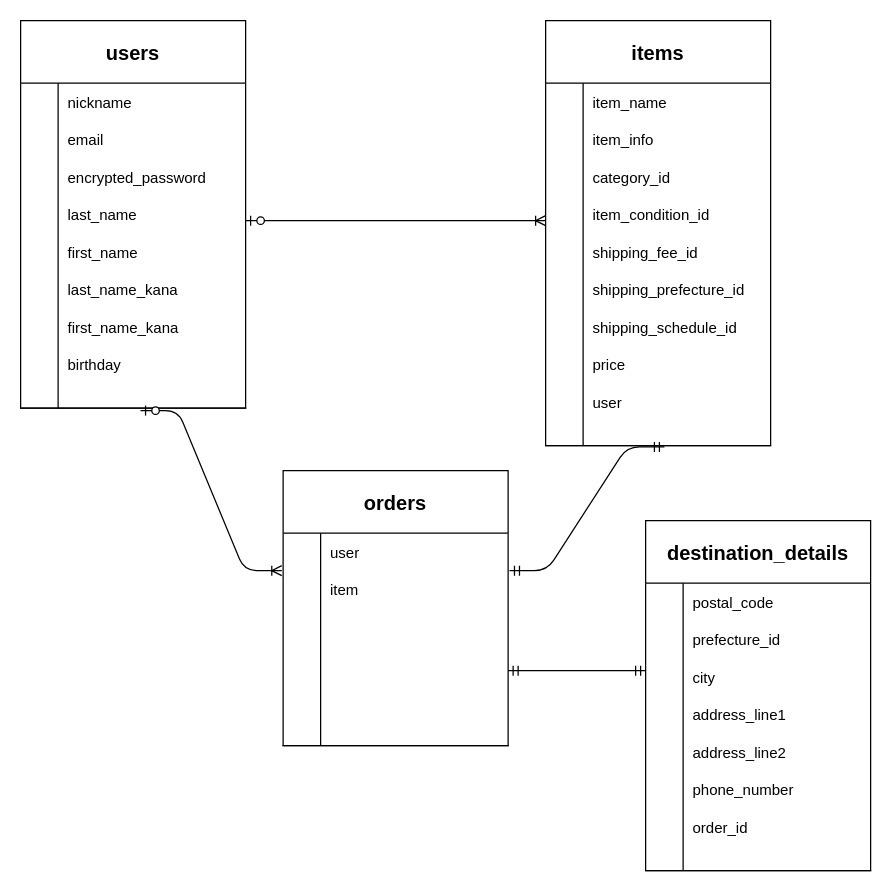
Before: er.dio in kineeeecchi/furima-37109, a draw.io diagram. Source tidied: cells renumbered, new cells numbered last; positions are measured from the earlier drawing's top-left corner, leaving out a move shared by most shapes. Both pictures are drawn from the tidied source at 125%, with x=0, y=0 at pixel (20, 20).
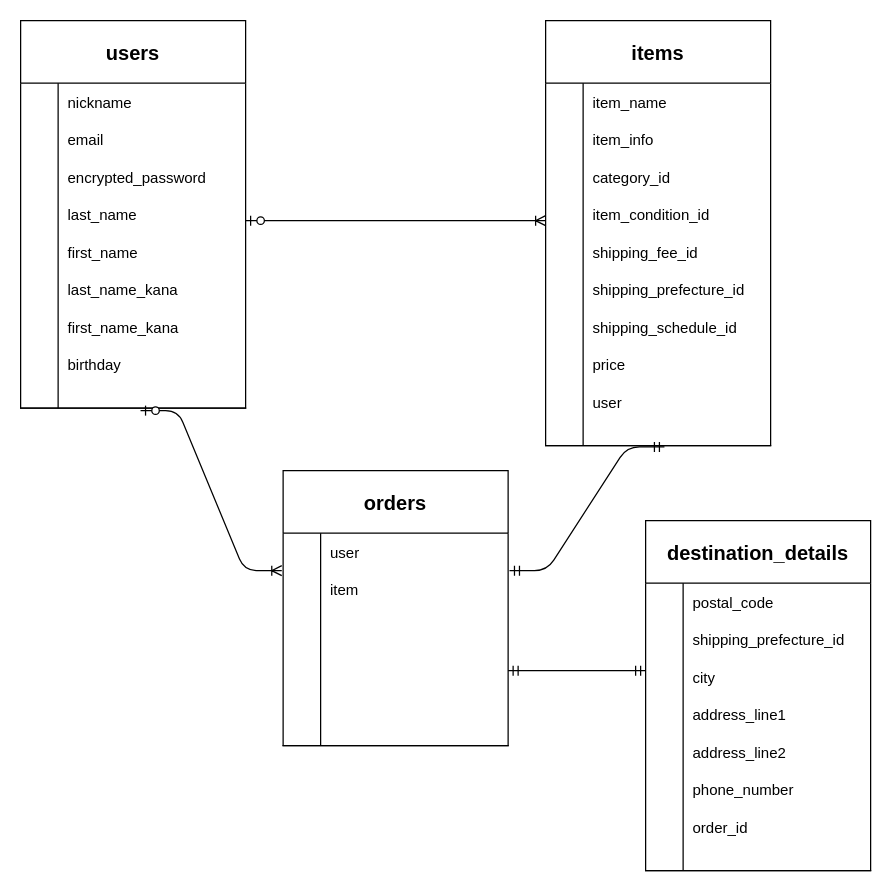
The same diagram, later.

Commit message (it also covers changes not shown here):
ER図とREADMEの修正②

The change refers to these unchanged cells:
```xml
<mxCell id="34" style="shape=partialRectangle;fillColor=none;top=0;left=0;bottom=0;right=0;" parent="30" vertex="1">
  <mxGeometry y="80" width="180" height="30" as="geometry" />
</mxCell>
```

What changed in the source:
```diff
@@
-    <mxCell id="36" value="prefecture_id" style="shape=partialRectangle;fillColor=none;top=0;left=0;bottom=0;right=0;align=left;spacingLeft=6;overflow=hidden;" parent="34" vertex="1">
+    <mxCell id="36" value="shipping_prefecture_id" style="shape=partialRectangle;fillColor=none;top=0;left=0;bottom=0;right=0;align=left;spacingLeft=6;overflow=hidden;" parent="34" vertex="1">
       <mxGeometry x="30" width="150" height="30" as="geometry" />
     </mxCell>
```
